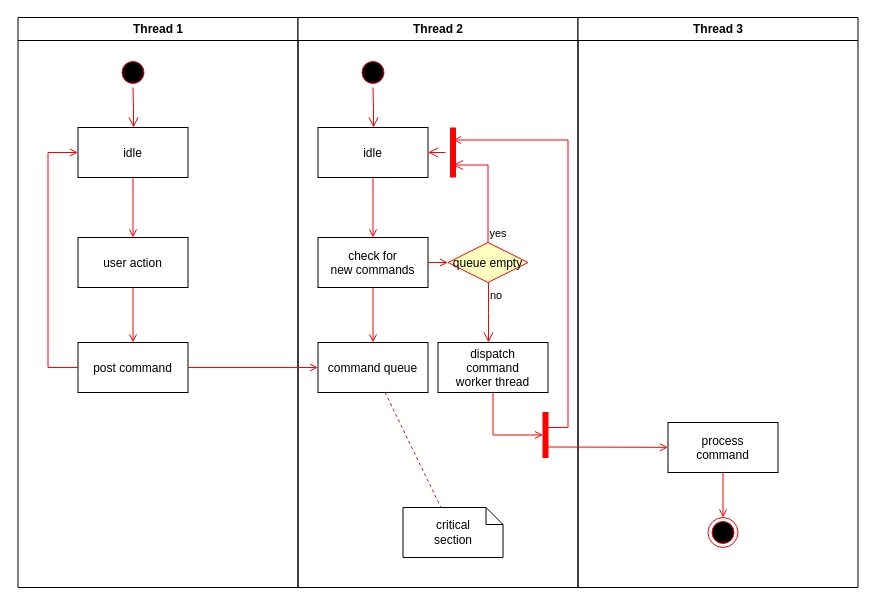
The draw.io diagram Untitled Diagram.drawio in gsojos/my-git-project, before the edit. Source tidied: cells renumbered, new cells numbered last; positions are measured from the earlier drawing's top-left corner, leaving out a move shared by most shapes. Both pictures are drawn from the tidied source at 100%, with x=0, y=0 at pixel (17, 17).
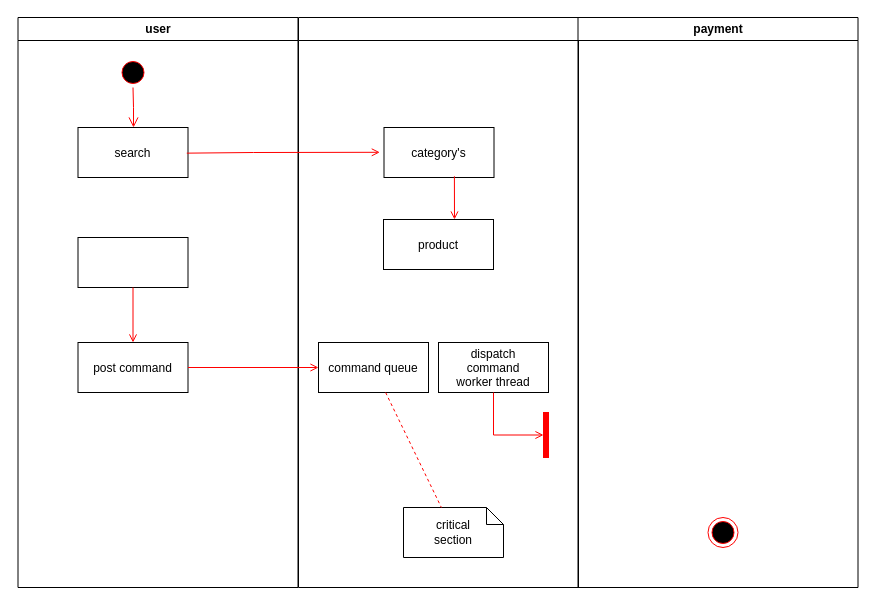
Above is the later version.

The change refers to these unchanged cells:
```xml
<mxCell id="8" value="post command" parent="2" vertex="1">
  <mxGeometry x="60" y="325" width="110" height="50" as="geometry" />
</mxCell>
<mxCell id="17" value="command queue" parent="11" vertex="1">
  <mxGeometry x="20" y="325" width="110" height="50" as="geometry" />
</mxCell>
<mxCell id="25" value="dispatch&#10;command&#10;worker thread" parent="11" vertex="1">
  <mxGeometry x="140" y="325" width="110" height="50" as="geometry" />
</mxCell>
<mxCell id="34" style="ellipse;shape=endState;fillColor=#000000;strokeColor=#ff0000;" parent="30" vertex="1">
  <mxGeometry x="130" y="500" width="30" height="30" as="geometry" />
</mxCell>
```

Diff of the diagram source:
```diff
@@
-    <mxCell id="2" value="Thread 1" style="swimlane;whiteSpace=wrap;" parent="1" vertex="1">
+    <mxCell id="2" value="user" style="swimlane;whiteSpace=wrap;" parent="1" vertex="1">
       <mxGeometry x="0.5" width="280" height="570" as="geometry" />
     </mxCell>
@@
-    <mxCell id="5" value="idle" parent="2" vertex="1">
+    <mxCell id="5" value="search" parent="2" vertex="1">
       <mxGeometry x="60" y="110" width="110" height="50" as="geometry" />
     </mxCell>
-    <mxCell id="6" value="user action" parent="2" vertex="1">
+    <mxCell id="6" parent="2" vertex="1">
       <mxGeometry x="60" y="220" width="110" height="50" as="geometry" />
     </mxCell>
-    <mxCell id="7" style="endArrow=open;strokeColor=#FF0000;endFill=1;rounded=0;" parent="2" edge="1" source="5" target="6">
-      <mxGeometry relative="1" as="geometry" />
-    </mxCell>
@@
-    <mxCell id="10" style="edgeStyle=elbowEdgeStyle;elbow=horizontal;strokeColor=#FF0000;endArrow=open;endFill=1;rounded=0;" parent="2" edge="1" source="8" target="5">
-      <mxGeometry relative="1" as="geometry">
-        <Array as="points">
-          <mxPoint x="30" y="250" />
-        </Array>
-      </mxGeometry>
-    </mxCell>
-    <mxCell id="11" value="Thread 2" style="swimlane;whiteSpace=wrap;" parent="1" vertex="1">
-      <mxGeometry x="280.5" width="280" height="570" as="geometry" />
+    <mxCell id="11" style="swimlane;whiteSpace=wrap;startSize=23;" parent="1" vertex="1">
+      <mxGeometry x="281" width="280" height="570" as="geometry" />
     </mxCell>
-    <mxCell id="12" style="ellipse;shape=startState;fillColor=#000000;strokeColor=#ff0000;" parent="11" vertex="1">
-      <mxGeometry x="60" y="40" width="30" height="30" as="geometry" />
-    </mxCell>
-    <mxCell id="13" style="edgeStyle=elbowEdgeStyle;elbow=horizontal;verticalAlign=bottom;endArrow=open;endSize=8;strokeColor=#FF0000;endFill=1;rounded=0;" parent="11" edge="1" source="12" target="14">
-      <mxGeometry x="40" y="20" as="geometry" />
-    </mxCell>
-    <mxCell id="14" value="idle" parent="11" vertex="1">
-      <mxGeometry x="20" y="110" width="110" height="50" as="geometry" />
+    <mxCell id="14" value="category's" parent="11" vertex="1">
+      <mxGeometry x="85.5" y="110" width="110" height="50" as="geometry" />
     </mxCell>
-    <mxCell id="15" value="check for &#10;new commands" parent="11" vertex="1">
-      <mxGeometry x="20" y="220" width="110" height="50" as="geometry" />
+    <mxCell id="15" value="product" parent="11" vertex="1">
+      <mxGeometry x="85" y="202" width="110" height="50" as="geometry" />
     </mxCell>
-    <mxCell id="16" style="endArrow=open;strokeColor=#FF0000;endFill=1;rounded=0;" parent="11" edge="1" source="14" target="15">
-      <mxGeometry relative="1" as="geometry" />
+    <mxCell id="16" style="endArrow=open;strokeColor=#FF0000;endFill=1;rounded=0;exitX=0.64;exitY=0.976;exitDx=0;exitDy=0;exitPerimeter=0;" parent="11" edge="1" source="14">
+      <mxGeometry relative="1" as="geometry">
+        <mxPoint x="156" y="202" as="targetPoint" />
+      </mxGeometry>
     </mxCell>
@@
-    <mxCell id="18" style="endArrow=open;strokeColor=#FF0000;endFill=1;rounded=0;" parent="11" edge="1" source="15" target="17">
-      <mxGeometry relative="1" as="geometry" />
-    </mxCell>
-    <mxCell id="19" value="queue empty" style="rhombus;fillColor=#ffffc0;strokeColor=#ff0000;" parent="11" vertex="1">
-      <mxGeometry x="150" y="225" width="80" height="40" as="geometry" />
-    </mxCell>
-    <mxCell id="20" value="yes" style="edgeStyle=elbowEdgeStyle;elbow=horizontal;align=left;verticalAlign=bottom;endArrow=open;endSize=8;strokeColor=#FF0000;exitX=0.5;exitY=0;endFill=1;rounded=0;entryX=0.75;entryY=0.5;entryPerimeter=0;" parent="11" edge="1" source="19" target="23">
-      <mxGeometry x="-1" relative="1" as="geometry">
-        <Array as="points">
-          <mxPoint x="190" y="180" />
-        </Array>
-      </mxGeometry>
-    </mxCell>
-    <mxCell id="21" value="no" style="edgeStyle=elbowEdgeStyle;elbow=horizontal;align=left;verticalAlign=top;endArrow=open;endSize=8;strokeColor=#FF0000;endFill=1;rounded=0;" parent="11" edge="1" source="19" target="25">
-      <mxGeometry x="-1" relative="1" as="geometry" />
-    </mxCell>
-    <mxCell id="22" style="endArrow=open;strokeColor=#FF0000;endFill=1;rounded=0;" parent="11" edge="1" source="15" target="19">
-      <mxGeometry relative="1" as="geometry" />
-    </mxCell>
-    <mxCell id="23" style="shape=line;strokeWidth=6;strokeColor=#ff0000;rotation=90;" parent="11" vertex="1">
-      <mxGeometry x="130" y="127.5" width="50" height="15" as="geometry" />
-    </mxCell>
-    <mxCell id="24" style="edgeStyle=elbowEdgeStyle;elbow=horizontal;verticalAlign=bottom;endArrow=open;endSize=8;strokeColor=#FF0000;endFill=1;rounded=0;" parent="11" edge="1" source="23" target="14">
-      <mxGeometry x="130" y="90" as="geometry" />
-    </mxCell>
@@
-    <mxCell id="30" value="Thread 3" style="swimlane;whiteSpace=wrap;" parent="1" vertex="1">
+    <mxCell id="30" value="payment" style="swimlane;whiteSpace=wrap;startSize=23;" parent="1" vertex="1">
       <mxGeometry x="560.5" width="280" height="570" as="geometry" />
     </mxCell>
-    <mxCell id="31" value="process&#10;command" parent="30" vertex="1">
-      <mxGeometry x="90" y="405" width="110" height="50" as="geometry" />
-    </mxCell>
-    <mxCell id="32" style="edgeStyle=elbowEdgeStyle;elbow=horizontal;strokeColor=#FF0000;endArrow=open;endFill=1;rounded=0;entryX=0.25;entryY=0.5;entryPerimeter=0;" parent="30" edge="1" target="23">
-      <mxGeometry relative="1" as="geometry">
-        <mxPoint x="-30" y="410" as="sourcePoint" />
-        <Array as="points">
-          <mxPoint x="-10" y="135" />
-        </Array>
-      </mxGeometry>
-    </mxCell>
-    <mxCell id="33" style="edgeStyle=none;strokeColor=#FF0000;endArrow=open;endFill=1;rounded=0;" parent="30" edge="1" target="31">
-      <mxGeometry relative="1" as="geometry">
-        <mxPoint x="-30" y="429.5" as="sourcePoint" />
-      </mxGeometry>
-    </mxCell>
@@
-    <mxCell id="35" style="endArrow=open;strokeColor=#FF0000;endFill=1;rounded=0;" parent="30" edge="1" source="31" target="34">
-      <mxGeometry relative="1" as="geometry" />
-    </mxCell>
@@
+    <mxCell id="7" style="endArrow=open;strokeColor=#FF0000;endFill=1;rounded=0;exitX=0.989;exitY=0.513;exitDx=0;exitDy=0;exitPerimeter=0;entryX=-0.038;entryY=0.496;entryDx=0;entryDy=0;entryPerimeter=0;" parent="1" edge="1" source="5" target="14">
+      <mxGeometry relative="1" as="geometry">
+        <Array as="points">
+          <mxPoint x="236" y="135" />
+        </Array>
+      </mxGeometry>
+    </mxCell>
```
